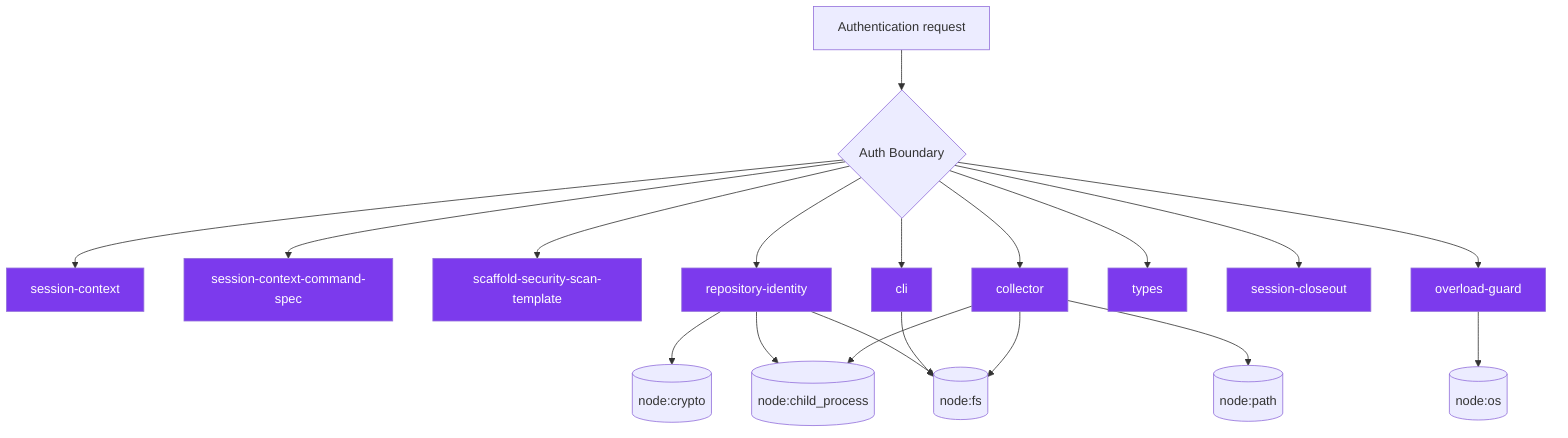
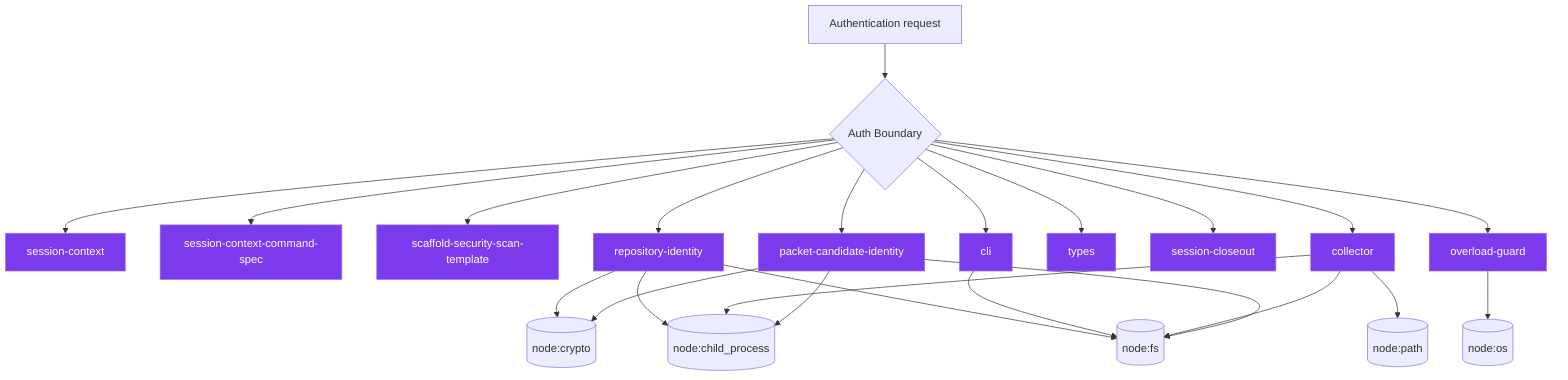
flowchart TD
  Request["Authentication request"]
  Boundary{"Auth Boundary"}
  Request --> Boundary
  session_context_e5ec72c0["session-context"]
  Boundary --> session_context_e5ec72c0
  session_context_command_spec_973afbb1["session-context-command-spec"]
  Boundary --> session_context_command_spec_973afbb1
  scaffold_security_scan_template_55bc7465["scaffold-security-scan-template"]
  Boundary --> scaffold_security_scan_template_55bc7465
  repository_identity_9dc13d37["repository-identity"]
  Boundary --> repository_identity_9dc13d37
  cli_13_ae2ba749["cli"]
  Boundary --> cli_13_ae2ba749
  collector_1_bc604d2a["collector"]
  Boundary --> collector_1_bc604d2a
  types_36_674380ec["types"]
  Boundary --> types_36_674380ec
  session_closeout_f3efb270["session-closeout"]
  Boundary --> session_closeout_f3efb270
+   packet_candidate_identity_170576d1["packet-candidate-identity"]
+   Boundary --> packet_candidate_identity_170576d1
  overload_guard_2748c559["overload-guard"]
  Boundary --> overload_guard_2748c559
  ext_node_crypto_879f6cbe[("node:crypto")]
  ext_node_child_process_cb73900b[("node:child_process")]
  ext_node_fs_df6b52af[("node:fs")]
  ext_node_path_0e7d56ab[("node:path")]
  ext_node_os_e9717731[("node:os")]
  repository_identity_9dc13d37 --> ext_node_crypto_879f6cbe
  repository_identity_9dc13d37 --> ext_node_child_process_cb73900b
  repository_identity_9dc13d37 --> ext_node_fs_df6b52af
  cli_13_ae2ba749 --> ext_node_fs_df6b52af
  collector_1_bc604d2a --> ext_node_child_process_cb73900b
  collector_1_bc604d2a --> ext_node_fs_df6b52af
  collector_1_bc604d2a --> ext_node_path_0e7d56ab
+   packet_candidate_identity_170576d1 --> ext_node_child_process_cb73900b
+   packet_candidate_identity_170576d1 --> ext_node_crypto_879f6cbe
+   packet_candidate_identity_170576d1 --> ext_node_fs_df6b52af
  overload_guard_2748c559 --> ext_node_os_e9717731
  classDef authNode fill:#7c3aed,color:#fff
-   class session_context_e5ec72c0,session_context_command_spec_973afbb1,scaffold_security_scan_template_55bc7465,repository_identity_9dc13d37,cli_13_ae2ba749,collector_1_bc604d2a,types_36_674380ec,session_closeout_f3efb270,overload_guard_2748c559 authNode
+   class session_context_e5ec72c0,session_context_command_spec_973afbb1,scaffold_security_scan_template_55bc7465,repository_identity_9dc13d37,cli_13_ae2ba749,collector_1_bc604d2a,types_36_674380ec,session_closeout_f3efb270,packet_candidate_identity_170576d1,overload_guard_2748c559 authNode
